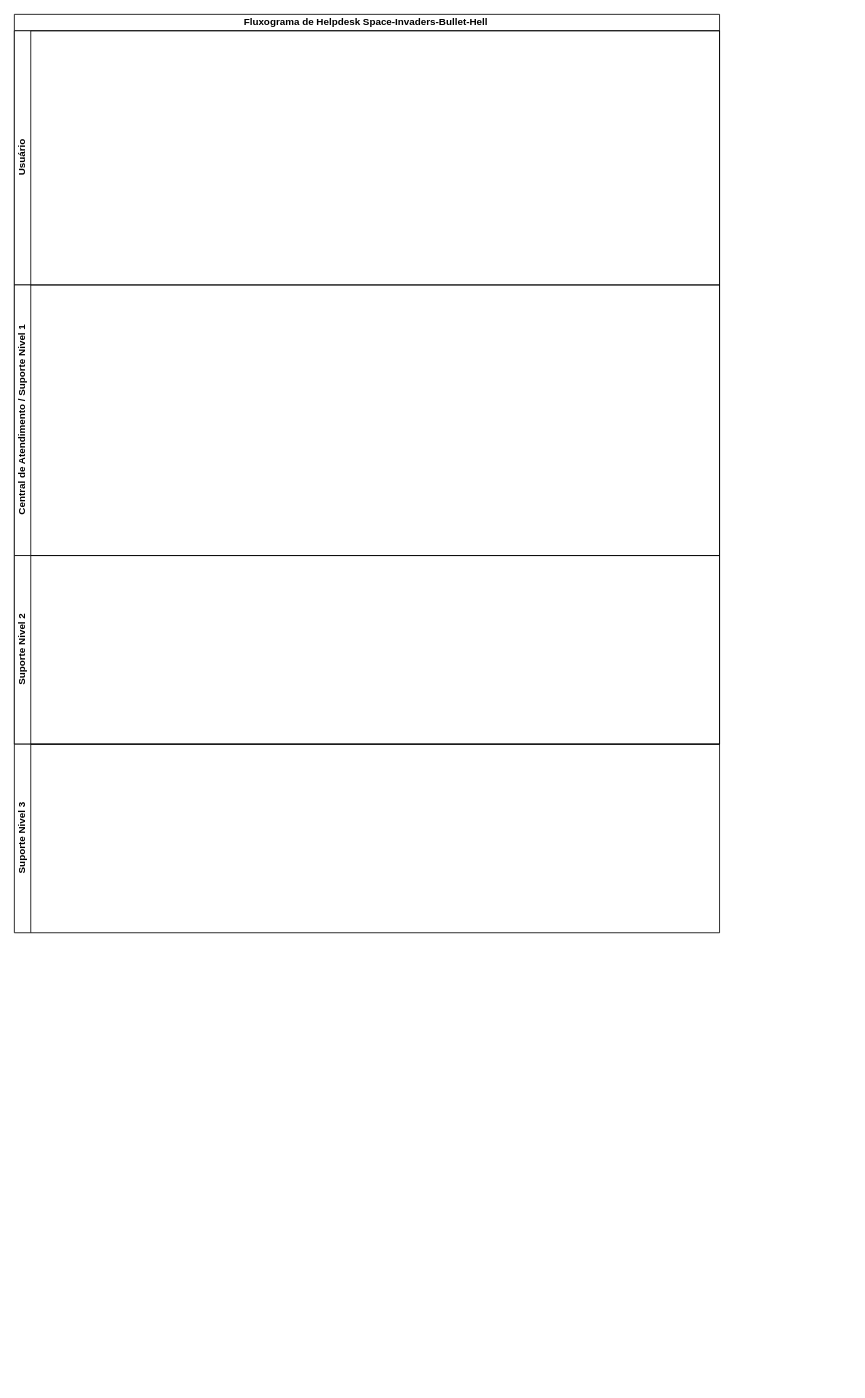
Above: doc/project_docs/Fluxogram-Helpdesk.drawio in jvruas/Space-Invaders-Bullet-Hell (draw.io), before the change. Source tidied: cells renumbered, new cells numbered last; positions are measured from the earlier drawing's top-left corner, leaving out a move shared by most shapes. Both pictures are drawn from the tidied source at 82%, with x=0, y=0 at pixel (14, 14).
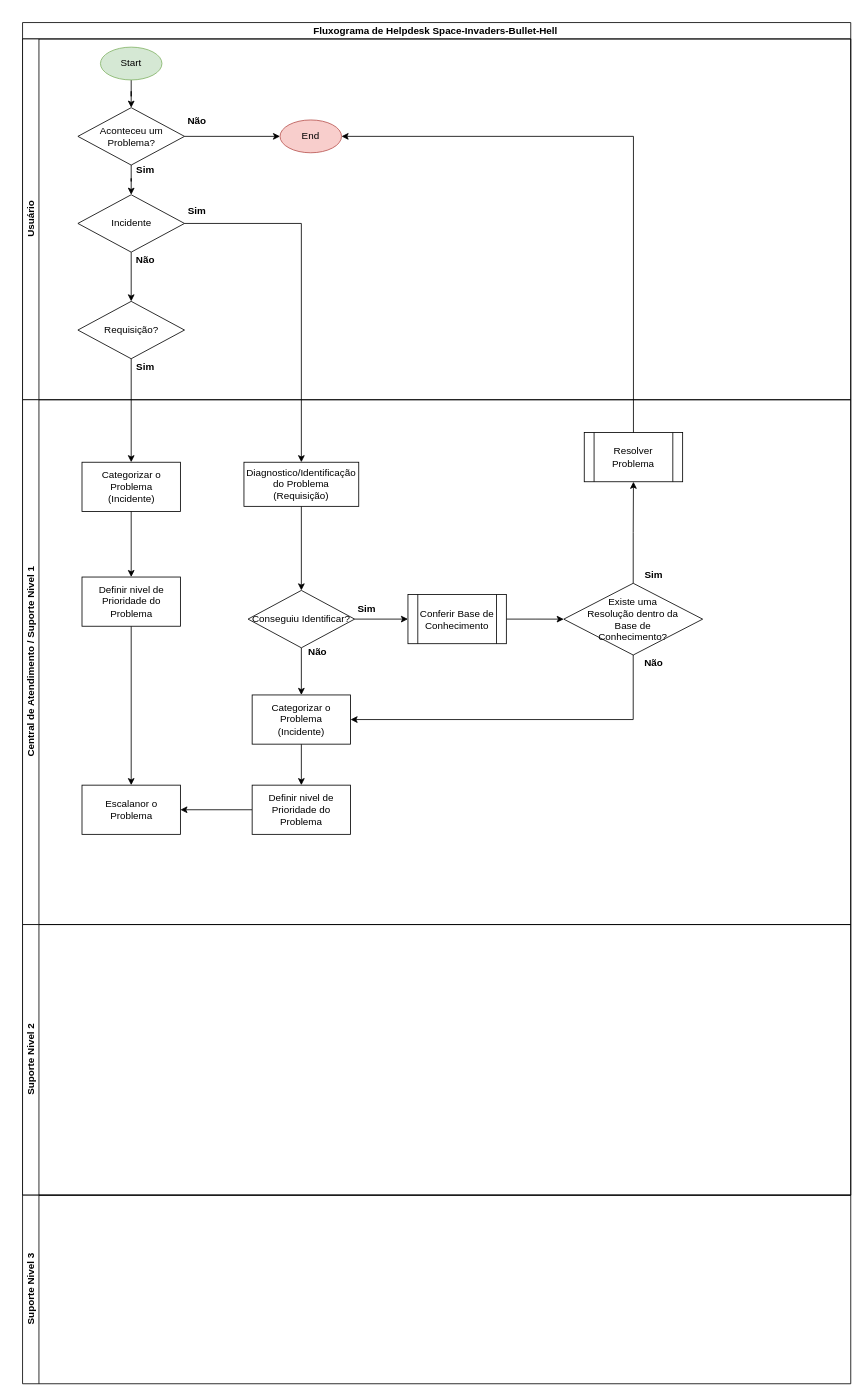
After the change.

Commit message:
Central de Atendimento - ok

Diff of the diagram source:
```diff
@@
     <mxCell id="2" value="Fluxograma de Helpdesk Space-Invaders-Bullet-Hell&amp;nbsp;" style="swimlane;html=1;horizontal=1;startSize=20;" parent="1" vertex="1">
-      <mxGeometry width="860" height="890" as="geometry" />
+      <mxGeometry x="10" y="10" width="1010" height="1430" as="geometry" />
     </mxCell>
     <mxCell id="3" value="Usuário" style="swimlane;html=1;startSize=20;horizontal=0;" parent="2" vertex="1">
-      <mxGeometry y="20" width="860" height="310" as="geometry" />
+      <mxGeometry y="20" width="1010" height="440" as="geometry" />
     </mxCell>
+    <mxCell id="7" style="edgeStyle=orthogonalEdgeStyle;rounded=0;jettySize=auto;html=1;" parent="3" edge="1" source="8" target="12">
+      <mxGeometry relative="1" as="geometry" />
+    </mxCell>
+    <mxCell id="8" value="Start" style="ellipse;whiteSpace=wrap;html=1;fillColor=#d5e8d4;strokeColor=#82b366;" parent="3" vertex="1">
+      <mxGeometry x="95" y="10" width="75" height="40" as="geometry" />
+    </mxCell>
+    <mxCell id="9" value="&lt;b&gt;Não&lt;/b&gt;" style="text;html=1;strokeColor=none;fillColor=none;align=center;verticalAlign=middle;whiteSpace=wrap;rounded=0;" parent="3" vertex="1">
+      <mxGeometry x="192.5" y="90" width="40" height="20" as="geometry" />
+    </mxCell>
+    <mxCell id="10" value="&lt;b&gt;Sim&lt;/b&gt;" style="text;html=1;strokeColor=none;fillColor=none;align=center;verticalAlign=middle;whiteSpace=wrap;rounded=0;" parent="3" vertex="1">
+      <mxGeometry x="130" y="150" width="40" height="20" as="geometry" />
+    </mxCell>
+    <mxCell id="11" style="edgeStyle=orthogonalEdgeStyle;rounded=0;jettySize=auto;html=1;entryX=0.5;entryY=0;entryDx=0;entryDy=0;" parent="3" edge="1" source="12" target="14">
+      <mxGeometry relative="1" as="geometry" />
+    </mxCell>
+    <mxCell id="12" value="Aconteceu um Problema?" style="rhombus;whiteSpace=wrap;html=1;" parent="3" vertex="1">
+      <mxGeometry x="67.5" y="83.8" width="130" height="70" as="geometry" />
+    </mxCell>
+    <mxCell id="13" style="edgeStyle=orthogonalEdgeStyle;rounded=0;jettySize=auto;html=1;entryX=0.5;entryY=0;entryDx=0;entryDy=0;" parent="3" edge="1" source="14" target="15">
+      <mxGeometry relative="1" as="geometry" />
+    </mxCell>
+    <mxCell id="14" value="Incidente" style="rhombus;whiteSpace=wrap;html=1;" parent="3" vertex="1">
+      <mxGeometry x="67.5" y="190" width="130" height="70" as="geometry" />
+    </mxCell>
+    <mxCell id="15" value="Requisição?" style="rhombus;whiteSpace=wrap;html=1;" parent="3" vertex="1">
+      <mxGeometry x="67.5" y="320" width="130" height="70" as="geometry" />
+    </mxCell>
+    <mxCell id="16" value="End" style="ellipse;whiteSpace=wrap;html=1;fillColor=#f8cecc;strokeColor=#b85450;" parent="3" vertex="1">
+      <mxGeometry x="314" y="98.8" width="75" height="40" as="geometry" />
+    </mxCell>
+    <mxCell id="17" style="edgeStyle=orthogonalEdgeStyle;rounded=0;jettySize=auto;html=1;entryX=0;entryY=0.5;entryDx=0;entryDy=0;" parent="3" edge="1" source="12" target="16">
+      <mxGeometry relative="1" as="geometry" />
+    </mxCell>
+    <mxCell id="18" value="&lt;b&gt;Sim&lt;/b&gt;" style="text;html=1;strokeColor=none;fillColor=none;align=center;verticalAlign=middle;whiteSpace=wrap;rounded=0;" parent="3" vertex="1">
+      <mxGeometry x="192.5" y="200" width="40" height="20" as="geometry" />
+    </mxCell>
+    <mxCell id="19" value="&lt;b&gt;Sim&lt;/b&gt;" style="text;html=1;strokeColor=none;fillColor=none;align=center;verticalAlign=middle;whiteSpace=wrap;rounded=0;" parent="3" vertex="1">
+      <mxGeometry x="130" y="390" width="40" height="20" as="geometry" />
+    </mxCell>
+    <mxCell id="20" value="&lt;b&gt;Não&lt;/b&gt;" style="text;html=1;strokeColor=none;fillColor=none;align=center;verticalAlign=middle;whiteSpace=wrap;rounded=0;" parent="3" vertex="1">
+      <mxGeometry x="130" y="260" width="40" height="20" as="geometry" />
+    </mxCell>
     <mxCell id="4" value="Central de Atendimento / Suporte Nivel 1" style="swimlane;html=1;startSize=20;horizontal=0;" parent="2" vertex="1">
-      <mxGeometry y="330" width="860" height="330" as="geometry" />
+      <mxGeometry y="460" width="1010" height="640" as="geometry" />
     </mxCell>
+    <mxCell id="21" style="edgeStyle=orthogonalEdgeStyle;rounded=0;jettySize=auto;html=1;entryX=0.5;entryY=0;entryDx=0;entryDy=0;" parent="4" edge="1" source="22" target="37">
+      <mxGeometry relative="1" as="geometry" />
+    </mxCell>
+    <mxCell id="22" value="Conseguiu Identificar?" style="rhombus;whiteSpace=wrap;html=1;" parent="4" vertex="1">
+      <mxGeometry x="275" y="232.5" width="130" height="70" as="geometry" />
+    </mxCell>
+    <mxCell id="23" value="Categorizar o Problema&lt;br&gt;(Incidente)" style="whiteSpace=wrap;html=1;" parent="4" vertex="1">
+      <mxGeometry x="72.5" y="76.2" width="120" height="60" as="geometry" />
+    </mxCell>
+    <mxCell id="24" style="edgeStyle=orthogonalEdgeStyle;rounded=0;jettySize=auto;html=1;entryX=0.5;entryY=0;entryDx=0;entryDy=0;" parent="4" edge="1" source="25" target="22">
+      <mxGeometry relative="1" as="geometry" />
+    </mxCell>
+    <mxCell id="25" value="Diagnostico/Identificação do Problema&lt;br&gt;(Requisição)" style="whiteSpace=wrap;html=1;" parent="4" vertex="1">
+      <mxGeometry x="270" y="76.2" width="140" height="53.8" as="geometry" />
+    </mxCell>
+    <mxCell id="26" style="edgeStyle=orthogonalEdgeStyle;rounded=0;jettySize=auto;html=1;entryX=0.5;entryY=1;entryDx=0;entryDy=0;" parent="4" edge="1" source="28" target="35">
+      <mxGeometry relative="1" as="geometry" />
+    </mxCell>
+    <mxCell id="27" style="edgeStyle=orthogonalEdgeStyle;rounded=0;jettySize=auto;html=1;entryX=1;entryY=0.5;entryDx=0;entryDy=0;" parent="4" edge="1" source="28" target="37">
+      <mxGeometry relative="1" as="geometry">
+        <Array as="points">
+          <mxPoint x="745" y="390" />
+        </Array>
+      </mxGeometry>
+    </mxCell>
+    <mxCell id="28" value="Existe uma &lt;br&gt;Resolução dentro da&lt;br&gt;Base de &lt;br&gt;Conhecimento?" style="rhombus;whiteSpace=wrap;html=1;" parent="4" vertex="1">
+      <mxGeometry x="660" y="223.8" width="169.4" height="87.5" as="geometry" />
+    </mxCell>
+    <mxCell id="29" style="edgeStyle=orthogonalEdgeStyle;rounded=0;jettySize=auto;html=1;entryX=0;entryY=0.5;entryDx=0;entryDy=0;" parent="4" edge="1" source="30" target="28">
+      <mxGeometry relative="1" as="geometry" />
+    </mxCell>
+    <mxCell id="30" value="Conferir Base de Conhecimento" style="shape=process;whiteSpace=wrap;html=1;backgroundOutline=1;" parent="4" vertex="1">
+      <mxGeometry x="470" y="237.5" width="120" height="60" as="geometry" />
+    </mxCell>
+    <mxCell id="31" style="edgeStyle=orthogonalEdgeStyle;rounded=0;jettySize=auto;html=1;entryX=0;entryY=0.5;entryDx=0;entryDy=0;" parent="4" edge="1" source="22" target="30">
+      <mxGeometry relative="1" as="geometry" />
+    </mxCell>
+    <mxCell id="32" value="&lt;b&gt;Sim&lt;/b&gt;" style="text;html=1;strokeColor=none;fillColor=none;align=center;verticalAlign=middle;whiteSpace=wrap;rounded=0;" parent="4" vertex="1">
+      <mxGeometry x="750" y="203.8" width="40" height="20" as="geometry" />
+    </mxCell>
+    <mxCell id="33" value="&lt;b&gt;Não&lt;/b&gt;" style="text;html=1;strokeColor=none;fillColor=none;align=center;verticalAlign=middle;whiteSpace=wrap;rounded=0;" parent="4" vertex="1">
+      <mxGeometry x="340" y="297.5" width="40" height="20" as="geometry" />
+    </mxCell>
+    <mxCell id="34" value="&lt;b&gt;Sim&lt;/b&gt;" style="text;html=1;strokeColor=none;fillColor=none;align=center;verticalAlign=middle;whiteSpace=wrap;rounded=0;" parent="4" vertex="1">
+      <mxGeometry x="400" y="245" width="40" height="20" as="geometry" />
+    </mxCell>
+    <mxCell id="35" value="Resolver Problema" style="shape=process;whiteSpace=wrap;html=1;backgroundOutline=1;" parent="4" vertex="1">
+      <mxGeometry x="685" y="40" width="120" height="60" as="geometry" />
+    </mxCell>
+    <mxCell id="36" style="edgeStyle=orthogonalEdgeStyle;rounded=0;jettySize=auto;html=1;entryX=0.5;entryY=0;entryDx=0;entryDy=0;" parent="4" edge="1" source="37" target="40">
+      <mxGeometry relative="1" as="geometry" />
+    </mxCell>
+    <mxCell id="37" value="Categorizar o Problema&lt;br&gt;(Incidente)" style="whiteSpace=wrap;html=1;" parent="4" vertex="1">
+      <mxGeometry x="280" y="360" width="120" height="60" as="geometry" />
+    </mxCell>
+    <mxCell id="38" value="&lt;b&gt;Não&lt;/b&gt;" style="text;html=1;strokeColor=none;fillColor=none;align=center;verticalAlign=middle;whiteSpace=wrap;rounded=0;" parent="4" vertex="1">
+      <mxGeometry x="750" y="311.2" width="40" height="20" as="geometry" />
+    </mxCell>
+    <mxCell id="39" style="edgeStyle=orthogonalEdgeStyle;rounded=0;jettySize=auto;html=1;entryX=1;entryY=0.5;entryDx=0;entryDy=0;" parent="4" edge="1" source="40" target="41">
+      <mxGeometry relative="1" as="geometry" />
+    </mxCell>
+    <mxCell id="40" value="Definir nivel de Prioridade do Problema" style="whiteSpace=wrap;html=1;" parent="4" vertex="1">
+      <mxGeometry x="280" y="470" width="120" height="60" as="geometry" />
+    </mxCell>
+    <mxCell id="41" value="Escalanor o Problema" style="whiteSpace=wrap;html=1;" parent="4" vertex="1">
+      <mxGeometry x="72.5" y="470" width="120" height="60" as="geometry" />
+    </mxCell>
     <mxCell id="5" value="Suporte Nivel 2" style="swimlane;html=1;startSize=20;horizontal=0;" parent="2" vertex="1">
-      <mxGeometry y="660" width="860" height="230" as="geometry" />
+      <mxGeometry y="1100" width="1010" height="330" as="geometry" />
     </mxCell>
+    <mxCell id="42" style="edgeStyle=orthogonalEdgeStyle;rounded=0;jettySize=auto;html=1;entryX=0.5;entryY=0;entryDx=0;entryDy=0;" parent="2" edge="1" source="15" target="23">
+      <mxGeometry relative="1" as="geometry" />
+    </mxCell>
+    <mxCell id="43" style="edgeStyle=orthogonalEdgeStyle;rounded=0;jettySize=auto;html=1;" parent="2" edge="1" source="14" target="25">
+      <mxGeometry relative="1" as="geometry" />
+    </mxCell>
+    <mxCell id="44" style="edgeStyle=orthogonalEdgeStyle;rounded=0;jettySize=auto;html=1;entryX=1;entryY=0.5;entryDx=0;entryDy=0;" parent="2" edge="1" source="35" target="16">
+      <mxGeometry relative="1" as="geometry">
+        <Array as="points">
+          <mxPoint x="745" y="139" />
+        </Array>
+      </mxGeometry>
+    </mxCell>
     <mxCell id="6" value="Suporte Nivel 3" style="swimlane;html=1;startSize=20;horizontal=0;" parent="1" vertex="1">
-      <mxGeometry y="890" width="860" height="230" as="geometry" />
+      <mxGeometry x="10" y="1440" width="1010" height="230" as="geometry" />
     </mxCell>
+    <mxCell id="45" style="edgeStyle=orthogonalEdgeStyle;rounded=0;jettySize=auto;html=1;entryX=0.5;entryY=0;entryDx=0;entryDy=0;" parent="1" edge="1" source="46" target="41">
+      <mxGeometry relative="1" as="geometry" />
+    </mxCell>
+    <mxCell id="46" value="Definir nivel de Prioridade do Problema" style="whiteSpace=wrap;html=1;" parent="1" vertex="1">
+      <mxGeometry x="82.5" y="686.2" width="120" height="60" as="geometry" />
+    </mxCell>
+    <mxCell id="47" style="edgeStyle=orthogonalEdgeStyle;rounded=0;jettySize=auto;html=1;" parent="1" edge="1" source="23" target="46">
+      <mxGeometry relative="1" as="geometry" />
+    </mxCell>
```
